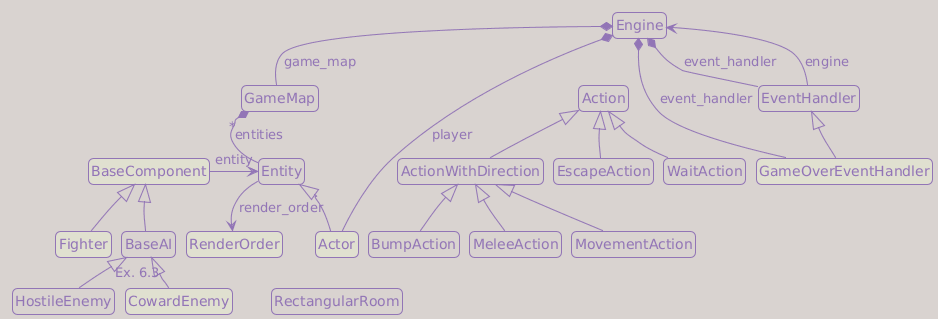
Above: content/tutorials/tcod/v3/images/part6_classes.png in Darky-Lucera/roguelike-tutorials-website (PlantUML), before the change. Its source is kept beside it as content/tutorials/tcod/v3/uml/part6_classes.puml.
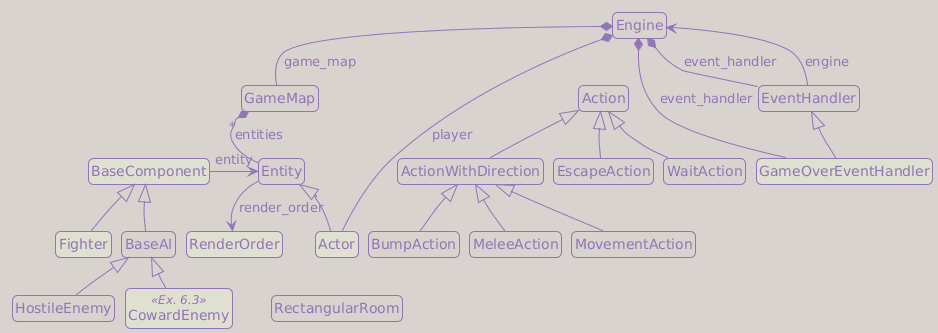
Above is the later version.

Change to the diagram source:
```diff
@@ -41,7 +41,7 @@
 class "BumpAction" as game.actions.BumpAction {
 }
 
-class "CowardEnemy" as game.entities.components.ai.CowardEnemy #e0e0d0 {
+class "CowardEnemy" as game.entities.components.ai.CowardEnemy <<Ex. 6.3>> #e0e0d0 {
 }
 
 class "Engine" as game.engine.Engine {
@@ -92,7 +92,7 @@
 game.actions.Action <|-- game.actions.WaitAction
 
 game.entities.components.base_component.BaseComponent <|-- game.entities.components.ai.BaseAI
-game.entities.components.ai.BaseAI <|-- "Ex. 6.3" game.entities.components.ai.CowardEnemy
+game.entities.components.ai.BaseAI <|-- game.entities.components.ai.CowardEnemy
 game.entities.components.ai.BaseAI <|-- game.entities.components.ai.HostileEnemy
 game.entities.components.base_component.BaseComponent <|-- game.entities.components.fighter.Fighter
 game.entities.entity.Entity <|-- game.entities.entity.Actor
```
